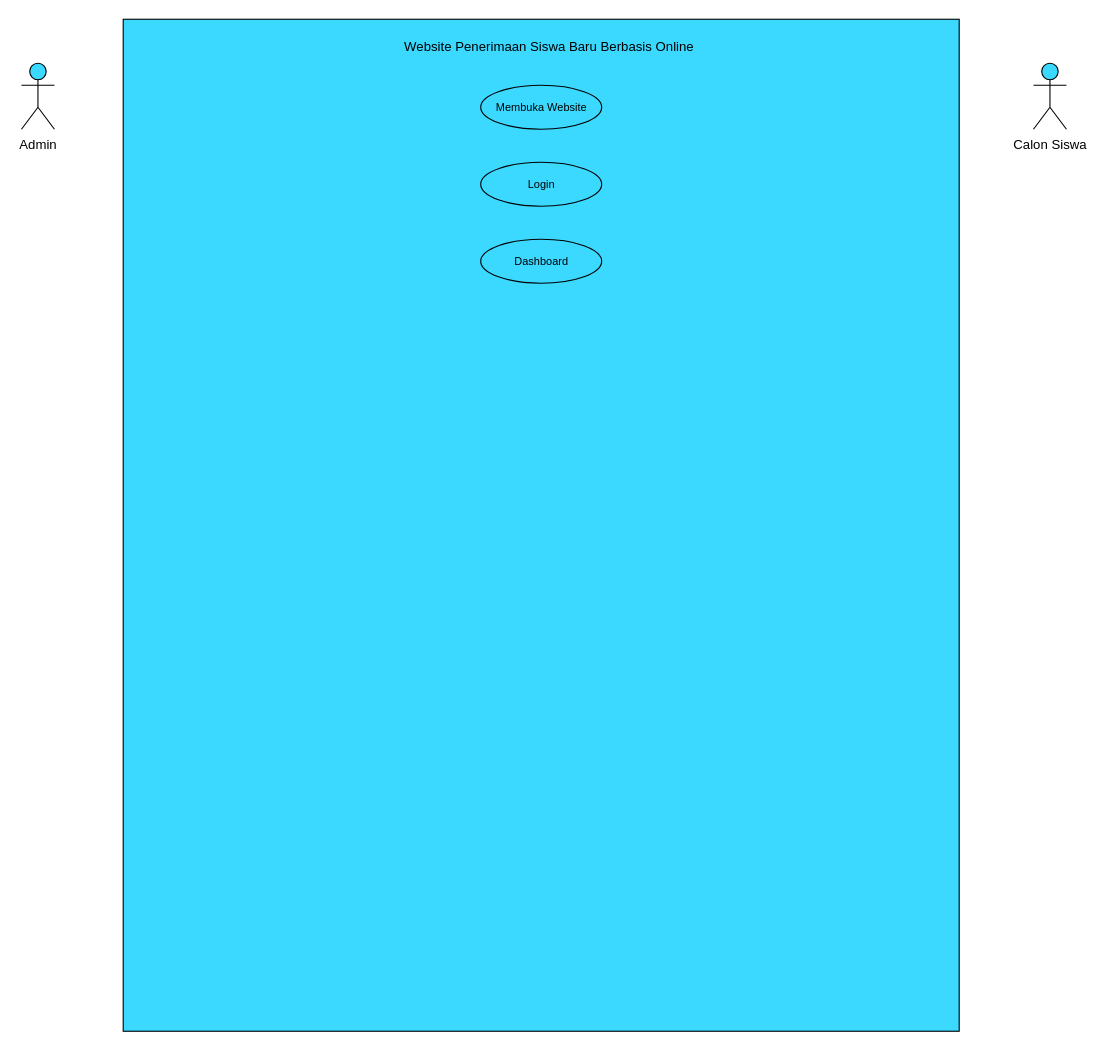
The draw.io diagram Rancangan Diagram Sistem.drawio in danangsptro/register-vhs, before the edit. Source tidied: cells renumbered, new cells numbered last; positions are measured from the earlier drawing's top-left corner, leaving out a move shared by most shapes. Both pictures are drawn from the tidied source at 110%, with x=0, y=0 at pixel (21, 19).
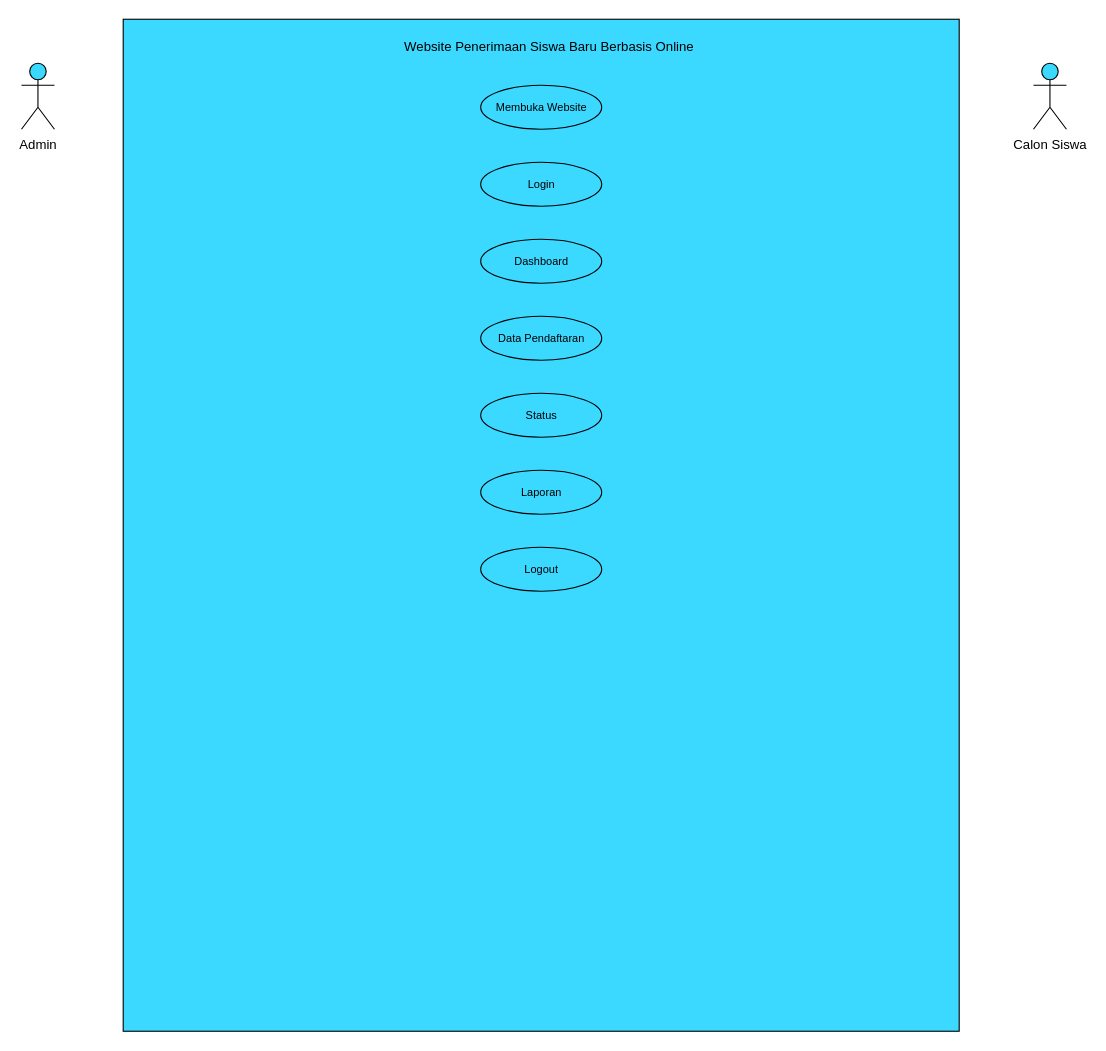
Above is the later version.

What changed in the source:
```diff
@@
 <mxGraphModel>
   <root>
     <mxCell id="0" />
     <mxCell id="1" parent="0" />
     <mxCell id="2" value="Admin" style="shape=umlActor;verticalLabelPosition=bottom;verticalAlign=top;html=1;fillColor=#3BD8FF;" parent="1" vertex="1">
       <mxGeometry y="40" width="30" height="60" as="geometry" />
     </mxCell>
     <mxCell id="3" value="Calon Siswa" style="shape=umlActor;verticalLabelPosition=bottom;verticalAlign=top;html=1;fillColor=#3BD8FF;" parent="1" vertex="1">
       <mxGeometry x="920" y="40" width="30" height="60" as="geometry" />
     </mxCell>
     <mxCell id="4" style="rounded=0;whiteSpace=wrap;html=1;strokeColor=#000000;fillColor=#3BD8FF;" parent="1" vertex="1">
       <mxGeometry x="92.5" width="760" height="920" as="geometry" />
     </mxCell>
     <mxCell id="5" value="Website Penerimaan Siswa Baru Berbasis Online" style="text;html=1;strokeColor=none;fillColor=none;align=center;verticalAlign=middle;whiteSpace=wrap;rounded=0;" parent="1" vertex="1">
       <mxGeometry x="290" y="10" width="380" height="30" as="geometry" />
     </mxCell>
     <mxCell id="6" value="&lt;font style=&quot;font-size: 10px;&quot;&gt;Membuka Website&lt;/font&gt;" style="ellipse;whiteSpace=wrap;html=1;align=center;newEdgeStyle={&quot;edgeStyle&quot;:&quot;entityRelationEdgeStyle&quot;,&quot;startArrow&quot;:&quot;none&quot;,&quot;endArrow&quot;:&quot;none&quot;,&quot;segment&quot;:10,&quot;curved&quot;:1};strokeColor=#000000;fillColor=#3BD8FF;" parent="1" vertex="1">
       <mxGeometry x="417.5" y="60" width="110" height="40" as="geometry" />
     </mxCell>
     <mxCell id="7" value="&lt;font style=&quot;font-size: 10px;&quot;&gt;Login&lt;/font&gt;" style="ellipse;whiteSpace=wrap;html=1;align=center;newEdgeStyle={&quot;edgeStyle&quot;:&quot;entityRelationEdgeStyle&quot;,&quot;startArrow&quot;:&quot;none&quot;,&quot;endArrow&quot;:&quot;none&quot;,&quot;segment&quot;:10,&quot;curved&quot;:1};strokeColor=#000000;fillColor=#3BD8FF;" parent="1" vertex="1">
       <mxGeometry x="417.5" y="130" width="110" height="40" as="geometry" />
     </mxCell>
     <mxCell id="8" value="&lt;font style=&quot;font-size: 10px;&quot;&gt;Dashboard&lt;/font&gt;" style="ellipse;whiteSpace=wrap;html=1;align=center;newEdgeStyle={&quot;edgeStyle&quot;:&quot;entityRelationEdgeStyle&quot;,&quot;startArrow&quot;:&quot;none&quot;,&quot;endArrow&quot;:&quot;none&quot;,&quot;segment&quot;:10,&quot;curved&quot;:1};strokeColor=#000000;fillColor=#3BD8FF;" parent="1" vertex="1">
       <mxGeometry x="417.5" y="200" width="110" height="40" as="geometry" />
     </mxCell>
+    <mxCell id="9" value="&lt;font style=&quot;font-size: 10px;&quot;&gt;Data Pendaftaran&lt;/font&gt;" style="ellipse;whiteSpace=wrap;html=1;align=center;newEdgeStyle={&quot;edgeStyle&quot;:&quot;entityRelationEdgeStyle&quot;,&quot;startArrow&quot;:&quot;none&quot;,&quot;endArrow&quot;:&quot;none&quot;,&quot;segment&quot;:10,&quot;curved&quot;:1};strokeColor=#000000;fillColor=#3BD8FF;" parent="1" vertex="1">
+      <mxGeometry x="417.5" y="270" width="110" height="40" as="geometry" />
+    </mxCell>
+    <mxCell id="10" value="&lt;span style=&quot;font-size: 10px;&quot;&gt;Status&lt;/span&gt;" style="ellipse;whiteSpace=wrap;html=1;align=center;newEdgeStyle={&quot;edgeStyle&quot;:&quot;entityRelationEdgeStyle&quot;,&quot;startArrow&quot;:&quot;none&quot;,&quot;endArrow&quot;:&quot;none&quot;,&quot;segment&quot;:10,&quot;curved&quot;:1};strokeColor=#000000;fillColor=#3BD8FF;" parent="1" vertex="1">
+      <mxGeometry x="417.5" y="340" width="110" height="40" as="geometry" />
+    </mxCell>
+    <mxCell id="11" value="&lt;span style=&quot;font-size: 10px;&quot;&gt;Laporan&lt;/span&gt;" style="ellipse;whiteSpace=wrap;html=1;align=center;newEdgeStyle={&quot;edgeStyle&quot;:&quot;entityRelationEdgeStyle&quot;,&quot;startArrow&quot;:&quot;none&quot;,&quot;endArrow&quot;:&quot;none&quot;,&quot;segment&quot;:10,&quot;curved&quot;:1};strokeColor=#000000;fillColor=#3BD8FF;" parent="1" vertex="1">
+      <mxGeometry x="417.5" y="410" width="110" height="40" as="geometry" />
+    </mxCell>
+    <mxCell id="12" value="&lt;span style=&quot;font-size: 10px;&quot;&gt;Logout&lt;/span&gt;" style="ellipse;whiteSpace=wrap;html=1;align=center;newEdgeStyle={&quot;edgeStyle&quot;:&quot;entityRelationEdgeStyle&quot;,&quot;startArrow&quot;:&quot;none&quot;,&quot;endArrow&quot;:&quot;none&quot;,&quot;segment&quot;:10,&quot;curved&quot;:1};strokeColor=#000000;fillColor=#3BD8FF;" parent="1" vertex="1">
+      <mxGeometry x="417.5" y="480" width="110" height="40" as="geometry" />
+    </mxCell>
   </root>
 </mxGraphModel>
```
